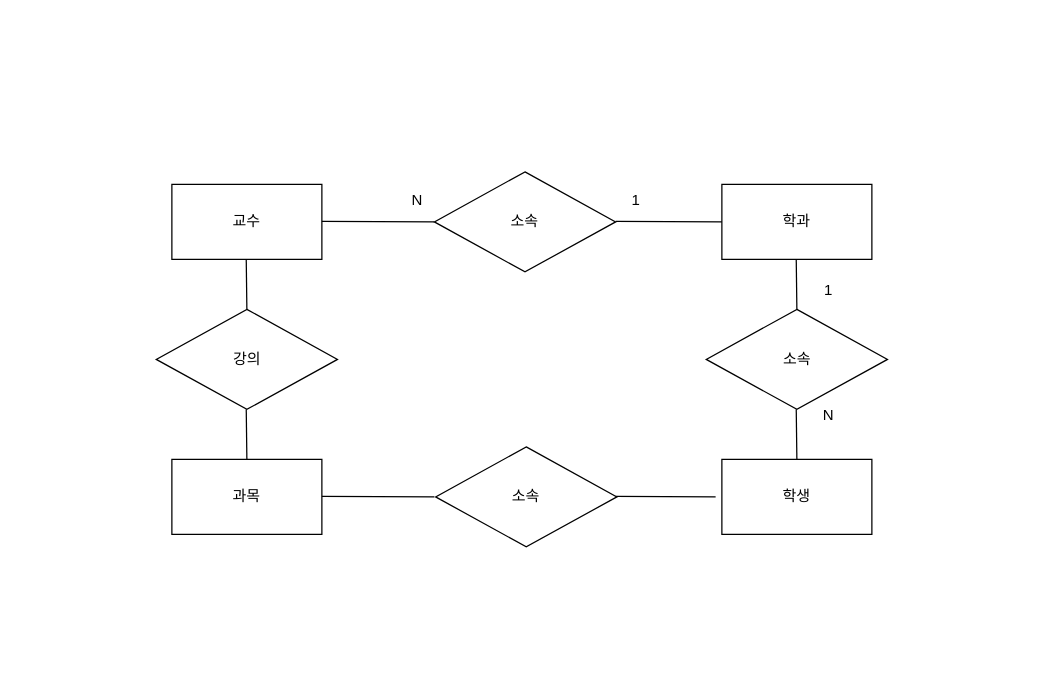
The draw.io diagram 제목 없는 다이어그램.drawio in jl3725/ai_lesson, before the edit. Source tidied: cells renumbered, new cells numbered last; positions are measured from the earlier drawing's top-left corner, leaving out a move shared by most shapes. Both pictures are drawn from the tidied source at 125%, with x=0, y=0 at pixel (156, 171).
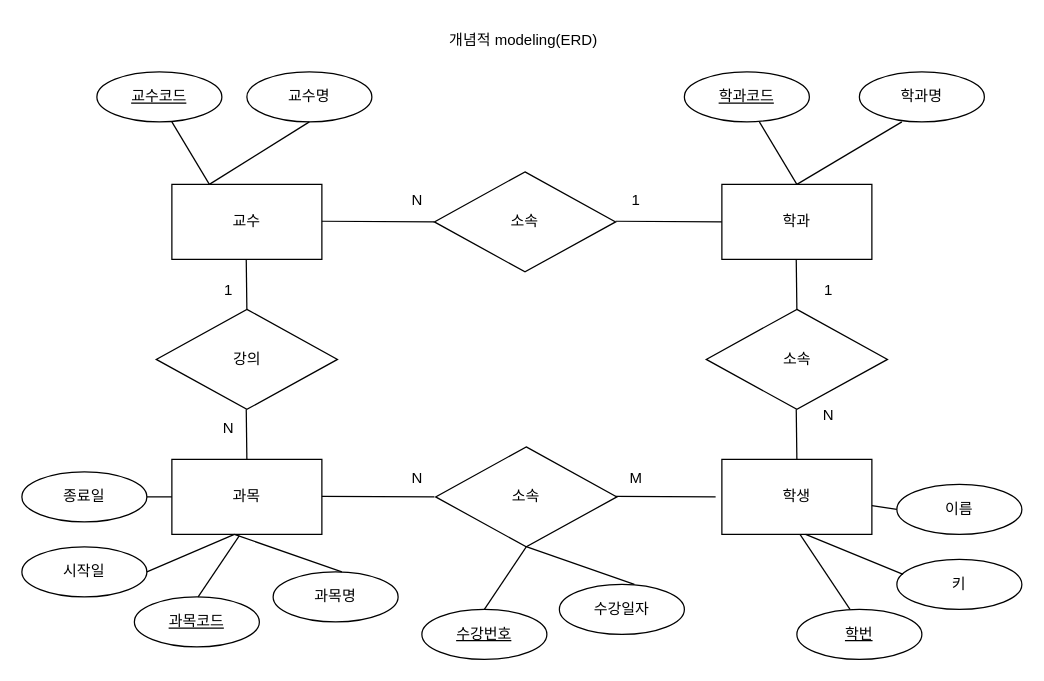
After the change.

Commit message:
제목 없는 다이어그램.drawio 업데이트

The change refers to these unchanged cells:
```xml
<mxCell id="2" value="교수" style="rounded=0;whiteSpace=wrap;html=1;" parent="1" vertex="1">
  <mxGeometry x="12" y="10" width="120" height="60" as="geometry" />
</mxCell>
<mxCell id="3" value="학과" style="rounded=0;whiteSpace=wrap;html=1;" parent="1" vertex="1">
  <mxGeometry x="452" y="10" width="120" height="60" as="geometry" />
</mxCell>
<mxCell id="4" value="과목" style="rounded=0;whiteSpace=wrap;html=1;" parent="1" vertex="1">
  <mxGeometry x="12" y="230" width="120" height="60" as="geometry" />
</mxCell>
<mxCell id="8" value="소속" style="rhombus;whiteSpace=wrap;html=1;" parent="1" vertex="1">
  <mxGeometry x="223" y="220" width="145" height="80" as="geometry" />
</mxCell>
```

The edit, as a diff of the source:
```diff
@@
+    <mxCell id="22" value="N" style="text;html=1;align=center;verticalAlign=middle;strokeColor=none;fillColor=none;" parent="1" vertex="1">
+      <mxGeometry x="42" y="190" width="30" height="30" as="geometry" />
+    </mxCell>
+    <mxCell id="23" value="1" style="text;html=1;align=center;verticalAlign=middle;strokeColor=none;fillColor=none;" parent="1" vertex="1">
+      <mxGeometry x="42" y="80" width="30" height="30" as="geometry" />
+    </mxCell>
+    <mxCell id="24" value="N" style="text;html=1;align=center;verticalAlign=middle;strokeColor=none;fillColor=none;" parent="1" vertex="1">
+      <mxGeometry x="193" y="230" width="30" height="30" as="geometry" />
+    </mxCell>
+    <mxCell id="25" value="M" style="text;html=1;align=center;verticalAlign=middle;strokeColor=none;fillColor=none;" parent="1" vertex="1">
+      <mxGeometry x="368" y="230" width="30" height="30" as="geometry" />
+    </mxCell>
+    <mxCell id="26" value="학번" style="ellipse;whiteSpace=wrap;html=1;align=center;fontStyle=4;" parent="1" vertex="1">
+      <mxGeometry x="512" y="350" width="100" height="40" as="geometry" />
+    </mxCell>
+    <mxCell id="27" style="endArrow=none;html=1;rounded=0;" parent="1" edge="1">
+      <mxGeometry relative="1" as="geometry">
+        <mxPoint x="514.5" y="290" as="sourcePoint" />
+        <mxPoint x="554.5" y="350" as="targetPoint" />
+      </mxGeometry>
+    </mxCell>
+    <mxCell id="28" value="학과코드" style="ellipse;whiteSpace=wrap;html=1;align=center;fontStyle=4;" parent="1" vertex="1">
+      <mxGeometry x="422" y="-80" width="100" height="40" as="geometry" />
+    </mxCell>
+    <mxCell id="29" style="endArrow=none;html=1;rounded=0;entryX=0.5;entryY=0;entryDx=0;entryDy=0;" parent="1" edge="1" target="3">
+      <mxGeometry relative="1" as="geometry">
+        <mxPoint x="482" y="-40" as="sourcePoint" />
+      </mxGeometry>
+    </mxCell>
+    <mxCell id="30" value="교수코드" style="ellipse;whiteSpace=wrap;html=1;align=center;fontStyle=4;" parent="1" vertex="1">
+      <mxGeometry x="-48" y="-80" width="100" height="40" as="geometry" />
+    </mxCell>
+    <mxCell id="31" style="endArrow=none;html=1;rounded=0;entryX=0.5;entryY=0;entryDx=0;entryDy=0;" parent="1" edge="1">
+      <mxGeometry relative="1" as="geometry">
+        <mxPoint x="12" y="-40" as="sourcePoint" />
+        <mxPoint x="42" y="10" as="targetPoint" />
+      </mxGeometry>
+    </mxCell>
+    <mxCell id="32" value="과목코드" style="ellipse;whiteSpace=wrap;html=1;align=center;fontStyle=4;" parent="1" vertex="1">
+      <mxGeometry x="-18" y="340" width="100" height="40" as="geometry" />
+    </mxCell>
+    <mxCell id="33" style="endArrow=none;html=1;rounded=0;entryX=0.27;entryY=-0.025;entryDx=0;entryDy=0;entryPerimeter=0;" parent="1" edge="1">
+      <mxGeometry relative="1" as="geometry">
+        <mxPoint x="66" y="291" as="sourcePoint" />
+        <mxPoint x="33" y="340" as="targetPoint" />
+      </mxGeometry>
+    </mxCell>
+    <mxCell id="34" value="수강번호" style="ellipse;whiteSpace=wrap;html=1;align=center;fontStyle=4;" parent="1" vertex="1">
+      <mxGeometry x="212" y="350" width="100" height="40" as="geometry" />
+    </mxCell>
+    <mxCell id="35" style="endArrow=none;html=1;rounded=0;entryX=0.5;entryY=0;entryDx=0;entryDy=0;exitX=0.5;exitY=1;exitDx=0;exitDy=0;" parent="1" edge="1" source="8" target="34">
+      <mxGeometry relative="1" as="geometry" />
+    </mxCell>
+    <mxCell id="36" value="교수명" style="ellipse;whiteSpace=wrap;html=1;align=center;" parent="1" vertex="1">
+      <mxGeometry x="72" y="-80" width="100" height="40" as="geometry" />
+    </mxCell>
+    <mxCell id="37" style="endArrow=none;html=1;rounded=0;entryX=0.25;entryY=0;entryDx=0;entryDy=0;exitX=0.5;exitY=1;exitDx=0;exitDy=0;" parent="1" edge="1" source="36" target="2">
+      <mxGeometry relative="1" as="geometry" />
+    </mxCell>
+    <mxCell id="38" value="학과명" style="ellipse;whiteSpace=wrap;html=1;align=center;" parent="1" vertex="1">
+      <mxGeometry x="562" y="-80" width="100" height="40" as="geometry" />
+    </mxCell>
+    <mxCell id="39" style="endArrow=none;html=1;rounded=0;exitX=0.5;exitY=1;exitDx=0;exitDy=0;entryX=0.5;entryY=0;entryDx=0;entryDy=0;" parent="1" edge="1" target="3">
+      <mxGeometry relative="1" as="geometry">
+        <mxPoint x="596" y="-40" as="sourcePoint" />
+      </mxGeometry>
+    </mxCell>
+    <mxCell id="40" value="키" style="ellipse;whiteSpace=wrap;html=1;align=center;" parent="1" vertex="1">
+      <mxGeometry x="592" y="310" width="100" height="40" as="geometry" />
+    </mxCell>
+    <mxCell id="41" value="이름" style="ellipse;whiteSpace=wrap;html=1;align=center;" parent="1" vertex="1">
+      <mxGeometry x="592" y="250" width="100" height="40" as="geometry" />
+    </mxCell>
+    <mxCell id="42" style="endArrow=none;html=1;rounded=0;entryX=0.05;entryY=0.3;entryDx=0;entryDy=0;entryPerimeter=0;" parent="1" edge="1" target="40">
+      <mxGeometry relative="1" as="geometry">
+        <mxPoint x="519" y="290" as="sourcePoint" />
+      </mxGeometry>
+    </mxCell>
+    <mxCell id="43" style="endArrow=none;html=1;rounded=0;entryX=0;entryY=0.5;entryDx=0;entryDy=0;exitX=0.558;exitY=0.983;exitDx=0;exitDy=0;exitPerimeter=0;" parent="1" edge="1" target="41">
+      <mxGeometry relative="1" as="geometry">
+        <mxPoint x="572" y="267" as="sourcePoint" />
+      </mxGeometry>
+    </mxCell>
+    <mxCell id="44" value="수강일자" style="ellipse;whiteSpace=wrap;html=1;align=center;" parent="1" vertex="1">
+      <mxGeometry x="322" y="330" width="100" height="40" as="geometry" />
+    </mxCell>
+    <mxCell id="45" style="endArrow=none;html=1;rounded=0;entryX=0.6;entryY=0;entryDx=0;entryDy=0;entryPerimeter=0;" parent="1" edge="1" target="44">
+      <mxGeometry relative="1" as="geometry">
+        <mxPoint x="296" y="300" as="sourcePoint" />
+      </mxGeometry>
+    </mxCell>
+    <mxCell id="46" value="과목명" style="ellipse;whiteSpace=wrap;html=1;align=center;" parent="1" vertex="1">
+      <mxGeometry x="93" y="320" width="100" height="40" as="geometry" />
+    </mxCell>
+    <mxCell id="47" style="endArrow=none;html=1;rounded=0;entryX=0.6;entryY=0;entryDx=0;entryDy=0;entryPerimeter=0;" parent="1" edge="1">
+      <mxGeometry relative="1" as="geometry">
+        <mxPoint x="62" y="290" as="sourcePoint" />
+        <mxPoint x="148" y="320" as="targetPoint" />
+      </mxGeometry>
+    </mxCell>
+    <mxCell id="48" value="시작일" style="ellipse;whiteSpace=wrap;html=1;align=center;" parent="1" vertex="1">
+      <mxGeometry x="-108" y="300" width="100" height="40" as="geometry" />
+    </mxCell>
+    <mxCell id="49" value="종료일" style="ellipse;whiteSpace=wrap;html=1;align=center;" parent="1" vertex="1">
+      <mxGeometry x="-108" y="240" width="100" height="40" as="geometry" />
+    </mxCell>
+    <mxCell id="50" style="endArrow=none;html=1;rounded=0;entryX=0;entryY=0.5;entryDx=0;entryDy=0;" parent="1" edge="1" target="4">
+      <mxGeometry relative="1" as="geometry">
+        <mxPoint x="-8" y="260" as="sourcePoint" />
+      </mxGeometry>
+    </mxCell>
+    <mxCell id="51" style="endArrow=none;html=1;rounded=0;exitX=1;exitY=0.5;exitDx=0;exitDy=0;" parent="1" edge="1" source="48">
+      <mxGeometry relative="1" as="geometry">
+        <mxPoint x="62" y="290" as="targetPoint" />
+      </mxGeometry>
+    </mxCell>
+    <mxCell id="52" value="개념적 modeling(ERD)" style="text;html=1;align=center;verticalAlign=middle;strokeColor=none;fillColor=none;" parent="1" vertex="1">
+      <mxGeometry x="223" y="-120" width="140" height="30" as="geometry" />
+    </mxCell>
```
